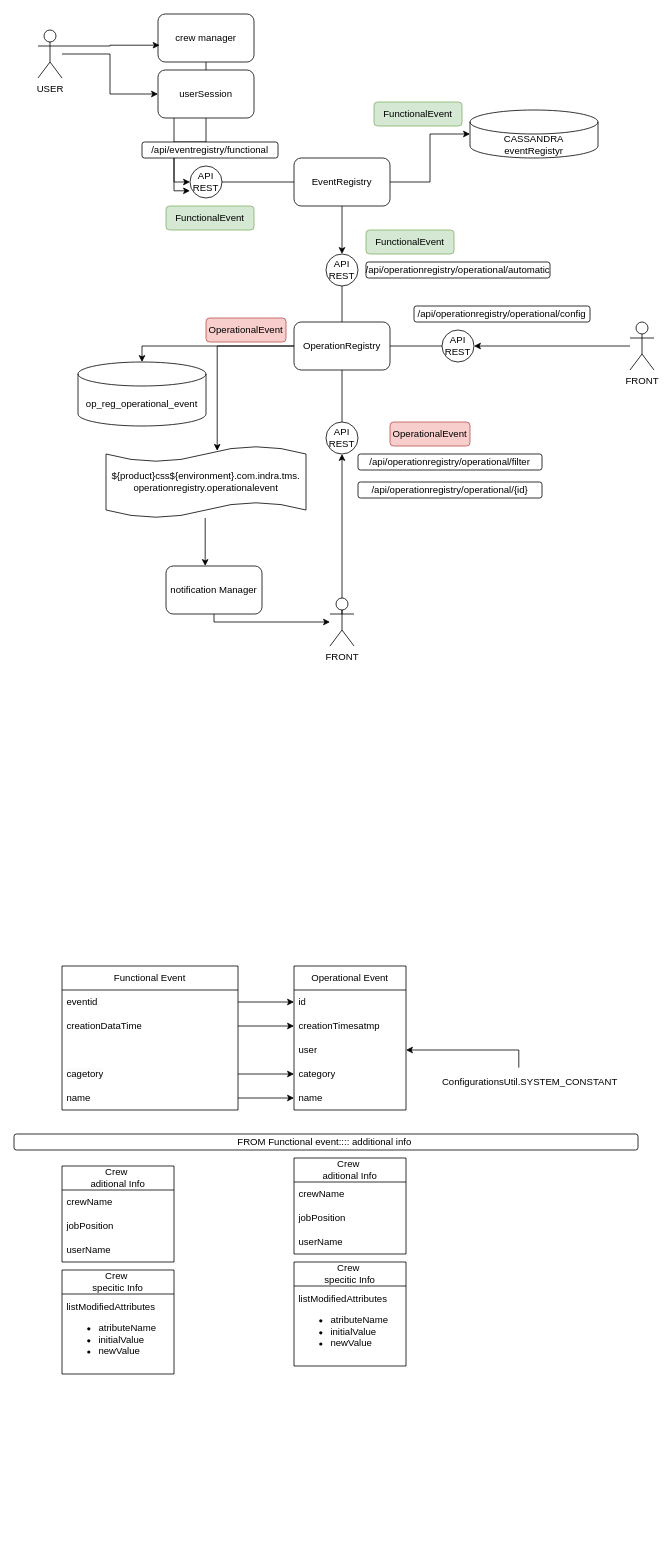
Above: page "OperationRegistry" (23 of 23) of TMS_FEC_SIEMENS.drawio in jeongon/DIAGRAMAS_TMS (draw.io), before the change. Source tidied: cells renumbered, new cells numbered last; positions are measured from the earlier drawing's top-left corner, leaving out a move shared by most shapes. Both pictures are drawn from the tidied source at 80%, with x=0, y=0 at pixel (14, 14).
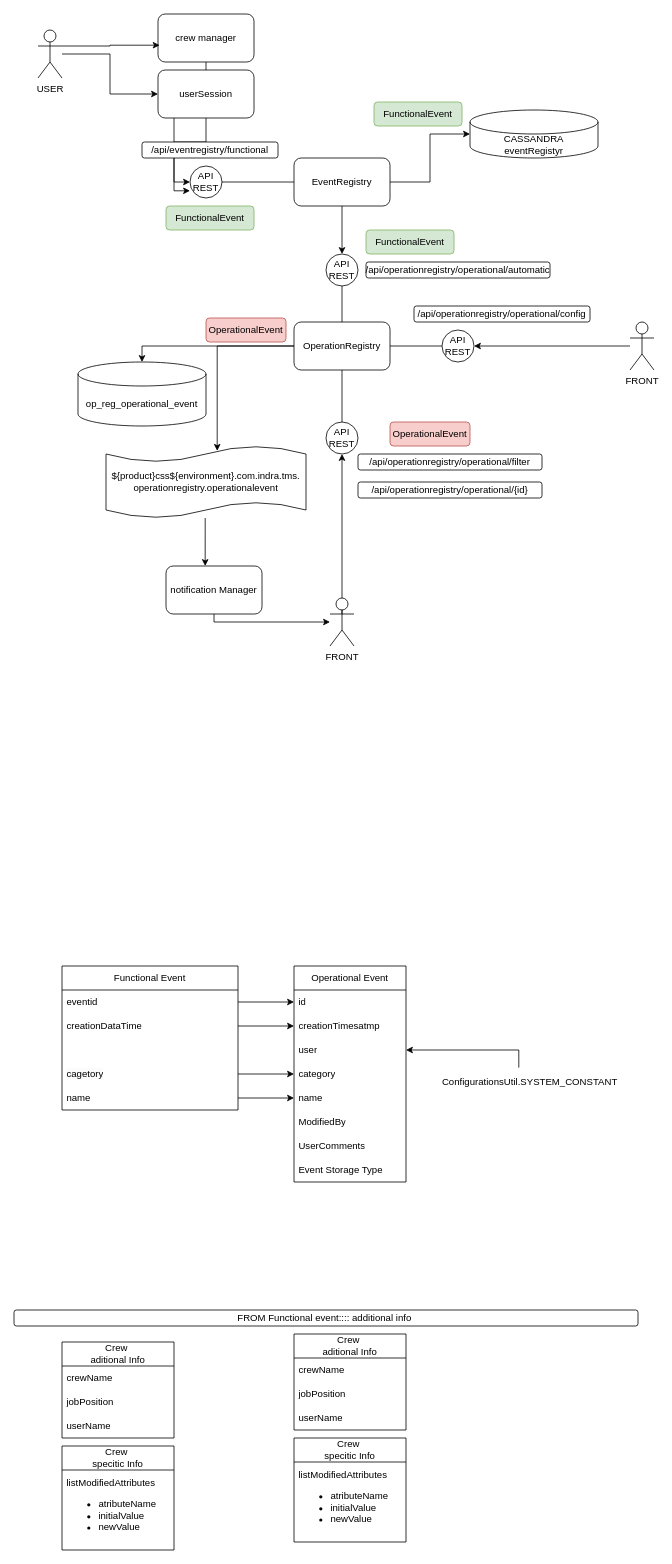
After the change.

What changed in the source:
```diff
@@
     <mxCell id="2" value="FROM Functional event:::: additional info&amp;nbsp;" style="rounded=1;whiteSpace=wrap;html=1;" parent="1" vertex="1">
-      <mxGeometry y="1400" width="780" height="20" as="geometry" />
+      <mxGeometry y="1620" width="780" height="20" as="geometry" />
     </mxCell>
@@
     <mxCell id="50" value="Operational Event" style="swimlane;fontStyle=0;horizontal=1;startSize=30;whiteSpace=wrap;html=1;" parent="1" vertex="1">
-      <mxGeometry x="350" y="1190" width="140" height="180" as="geometry" />
+      <mxGeometry x="350" y="1190" width="140" height="270" as="geometry" />
     </mxCell>
@@
+    <mxCell id="74" value="ModifiedBy" style="text;strokeColor=none;fillColor=none;align=left;verticalAlign=middle;spacingLeft=4;spacingRight=4;overflow=hidden;whiteSpace=wrap;html=1;" parent="50" vertex="1">
+      <mxGeometry y="180" width="140" height="30" as="geometry" />
+    </mxCell>
+    <mxCell id="75" value="UserComments" style="text;strokeColor=none;fillColor=none;align=left;verticalAlign=middle;spacingLeft=4;spacingRight=4;overflow=hidden;whiteSpace=wrap;html=1;" parent="50" vertex="1">
+      <mxGeometry y="210" width="140" height="30" as="geometry" />
+    </mxCell>
+    <mxCell id="76" value="Event Storage Type" style="text;strokeColor=none;fillColor=none;align=left;verticalAlign=middle;spacingLeft=4;spacingRight=4;overflow=hidden;whiteSpace=wrap;html=1;" parent="50" vertex="1">
+      <mxGeometry y="240" width="140" height="30" as="geometry" />
+    </mxCell>
@@
     <mxCell id="62" value="Crew&amp;nbsp;&lt;br&gt;aditional Info" style="swimlane;fontStyle=0;horizontal=1;startSize=30;whiteSpace=wrap;html=1;" parent="1" vertex="1">
-      <mxGeometry x="350" y="1430" width="140" height="120" as="geometry" />
+      <mxGeometry x="350" y="1650" width="140" height="120" as="geometry" />
     </mxCell>
@@
     <mxCell id="66" value="Crew&amp;nbsp;&lt;br&gt;specitic Info" style="swimlane;fontStyle=0;horizontal=1;startSize=30;whiteSpace=wrap;html=1;" parent="1" vertex="1">
-      <mxGeometry x="350" y="1560" width="140" height="130" as="geometry" />
+      <mxGeometry x="350" y="1780" width="140" height="130" as="geometry" />
     </mxCell>
@@
     <mxCell id="68" value="Crew&amp;nbsp;&lt;br&gt;aditional Info" style="swimlane;fontStyle=0;horizontal=1;startSize=30;whiteSpace=wrap;html=1;" parent="1" vertex="1">
-      <mxGeometry x="60" y="1440" width="140" height="120" as="geometry" />
+      <mxGeometry x="60" y="1660" width="140" height="120" as="geometry" />
     </mxCell>
@@
     <mxCell id="72" value="Crew&amp;nbsp;&lt;br&gt;specitic Info" style="swimlane;fontStyle=0;horizontal=1;startSize=30;whiteSpace=wrap;html=1;" parent="1" vertex="1">
-      <mxGeometry x="60" y="1570" width="140" height="130" as="geometry" />
+      <mxGeometry x="60" y="1790" width="140" height="130" as="geometry" />
     </mxCell>
```
